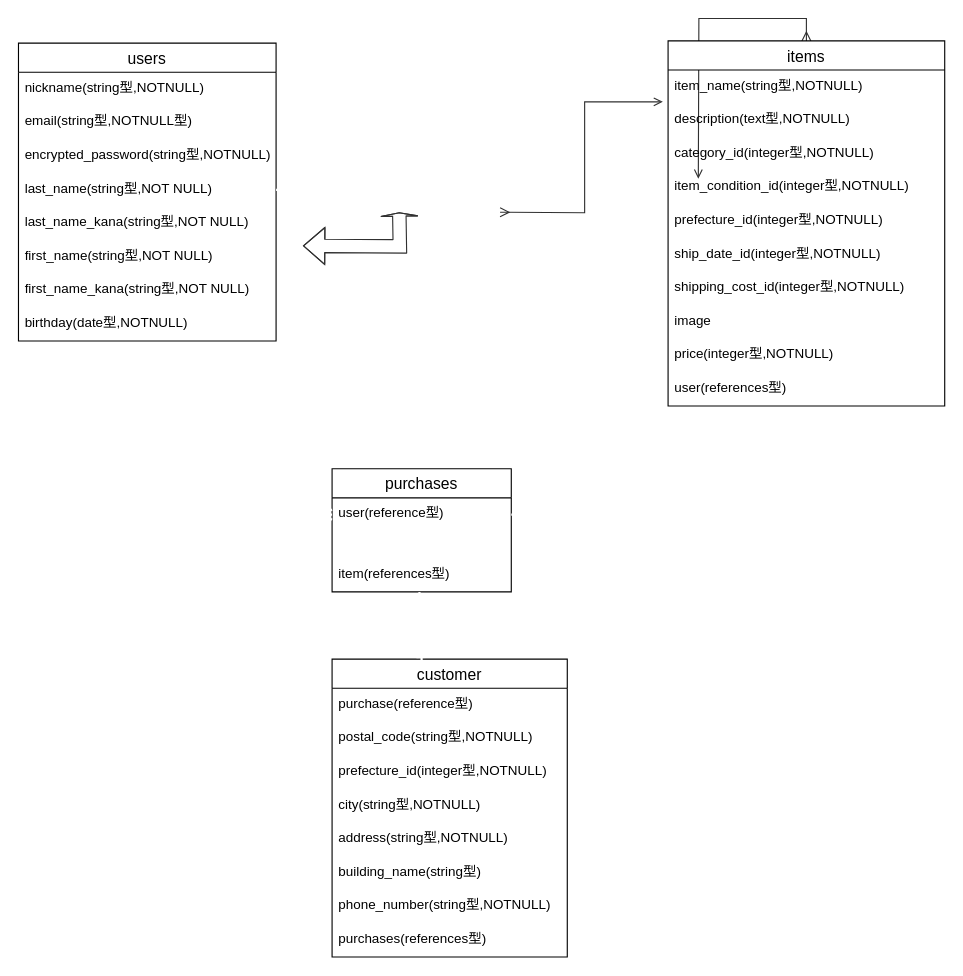
Above: furima.dio in keisuke0831/furima-31145 (draw.io), before the change. Source tidied: cells renumbered, new cells numbered last; positions are measured from the earlier drawing's top-left corner, leaving out a move shared by most shapes. Both pictures are drawn from the tidied source at 112%, with x=0, y=0 at pixel (18, 40).
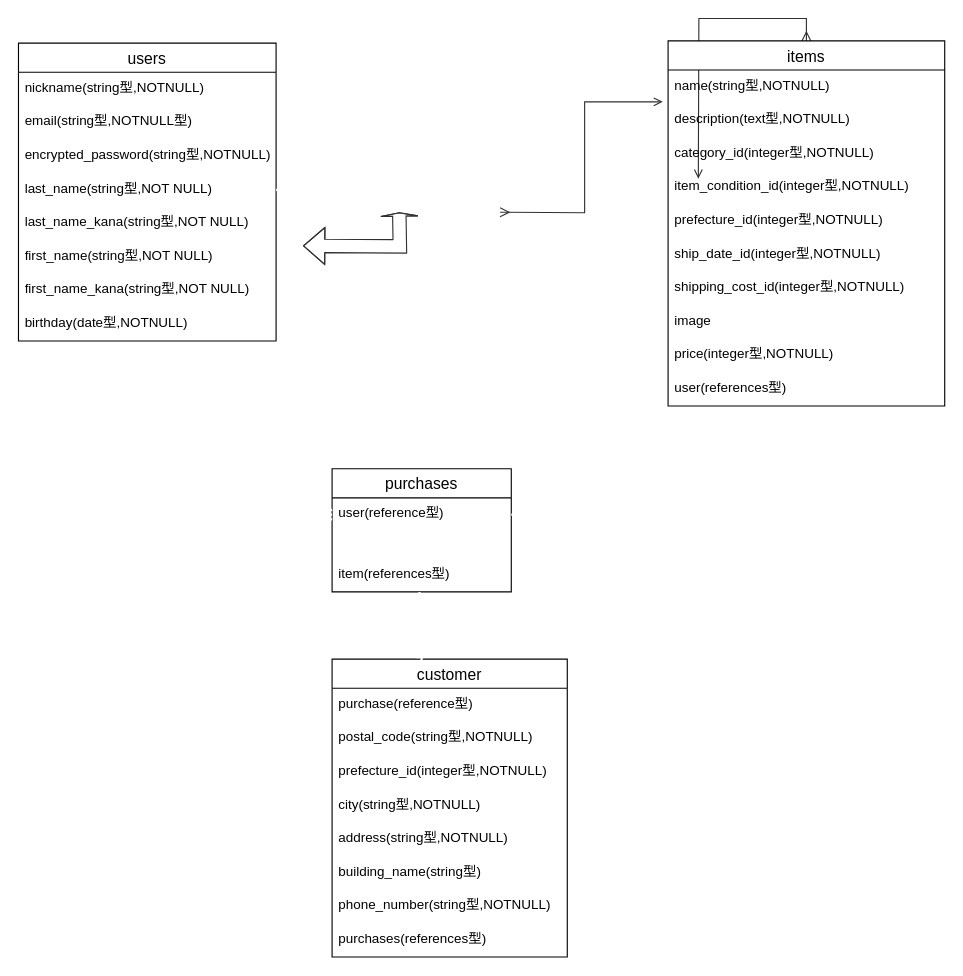
After the change.

The change refers to these unchanged cells:
```xml
<mxCell id="19" value="items" style="swimlane;fontStyle=0;horizontal=1;startSize=26;align=center;fontSize=14;" parent="1" vertex="1">
  <mxGeometry x="580" width="247" height="326" as="geometry" />
</mxCell>
```

What changed in the source:
```diff
@@
-    <mxCell id="20" value="item_name(string型,NOTNULL)" style="text;strokeColor=none;fillColor=none;spacingLeft=4;spacingRight=4;overflow=hidden;fontSize=12;" parent="19" vertex="1">
+    <mxCell id="20" value="name(string型,NOTNULL)" style="text;strokeColor=none;fillColor=none;spacingLeft=4;spacingRight=4;overflow=hidden;fontSize=12;" parent="19" vertex="1">
       <mxGeometry y="26" width="247" height="30" as="geometry" />
     </mxCell>
```
